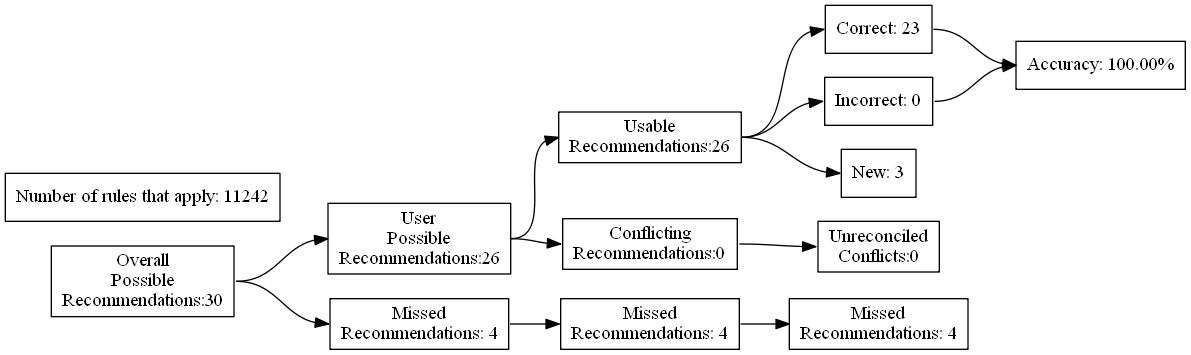
Before: test_renders/36.gv.png, a diagram exported from Graphviz (ZaxR/ibd_diet_analysis). Its source is kept beside it as test_renders/36.gv.
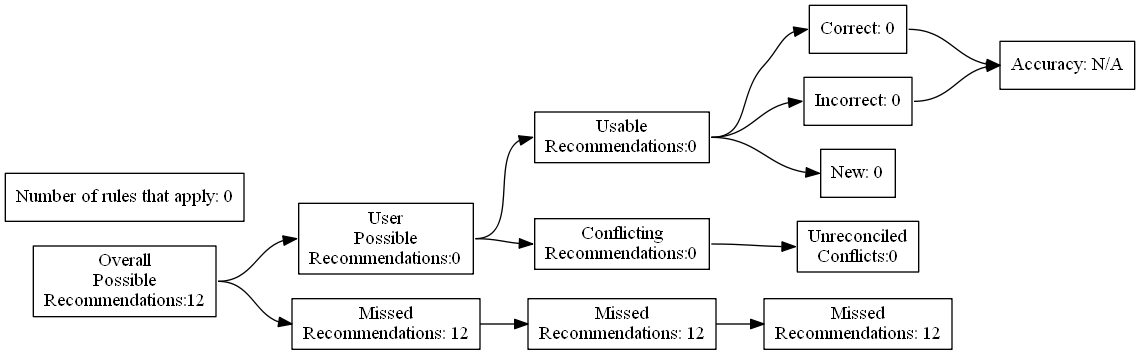
After the commit.

Diff of the diagram source:
```diff
@@ -4,27 +4,27 @@
 	edge [headport=w tailport=e]
 		A [label="Overall
 Possible
-Recommendations:30"]
+Recommendations:12"]
 		B [label="User
 Possible
-Recommendations:26"]
+Recommendations:0"]
 		C [label="Missed
-Recommendations: 4"]
+Recommendations: 12"]
 		D [label="Usable
-Recommendations:26"]
+Recommendations:0"]
 		E [label="Conflicting
 Recommendations:0"]
 		J [label="Missed
-Recommendations: 4"]
+Recommendations: 12"]
 		M [label="Unreconciled
 Conflicts:0"]
-		F [label="Correct: 23"]
+		F [label="Correct: 0"]
 		G [label="Incorrect: 0"]
-		H [label="New: 3"]
+		H [label="New: 0"]
 		K [label="Missed
-Recommendations: 4"]
-		I [label="Accuracy: 100.00%"]
-		l [label="Number of rules that apply: 11242"]
+Recommendations: 12"]
+		I [label="Accuracy: N/A"]
+		l [label="Number of rules that apply: 0"]
 			A -> B
 			A -> C
 			B -> D
```
